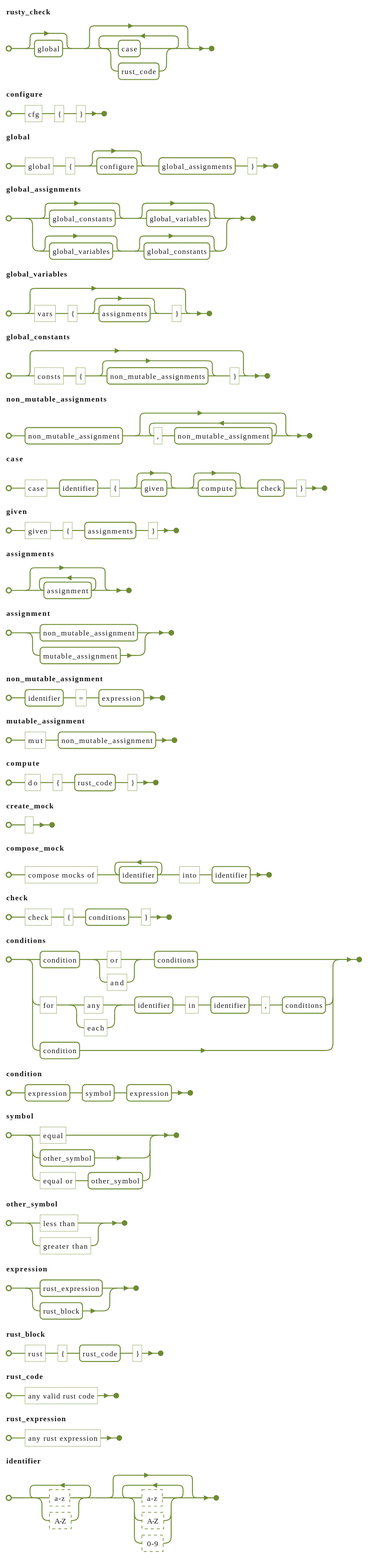
Before: grammar/grammar.svg, a diagram exported from PlantUML (jkszymczak/RustyCheck).
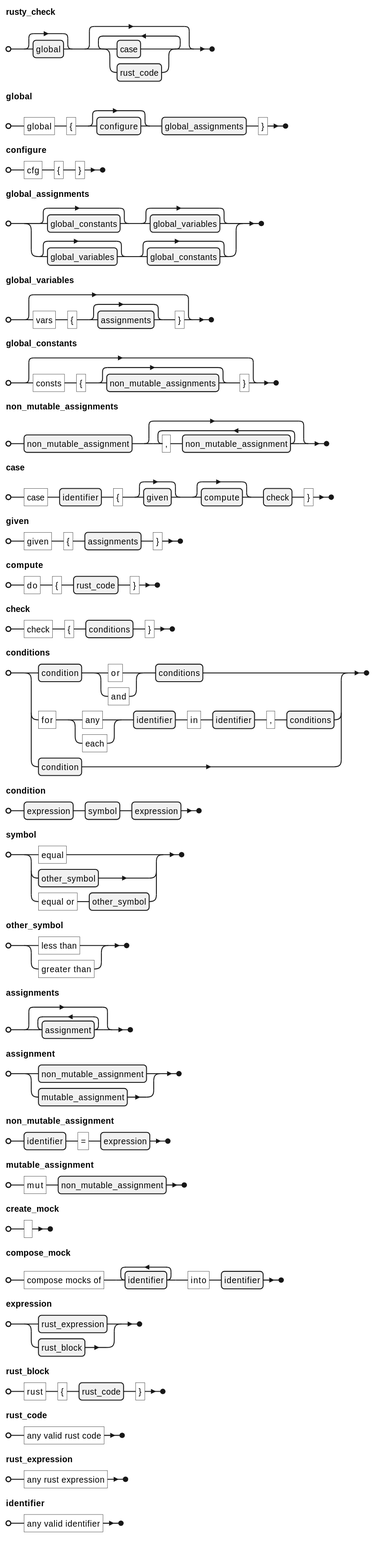
Later version of the same file.

What changed in the source:
```diff
@@ -1,41 +1,16 @@
 @startebnf
-!theme hacker
-skinparam backgroundColor white
+!define MAIN_RENDER
 rusty_check = [global], {case | rust_code};
-configure = "cfg","{","}";
-global = "global", "{", [configure],  global_assignments ,"}";
-global_assignments = [global_constants], [global_variables] | [global_variables], [global_constants];
-global_variables = ["vars", "{", [assignments], "}"];
-global_constants = ["consts", "{", [non_mutable_assignments], "}"];
-non_mutable_assignments = non_mutable_assignment, {",", non_mutable_assignment};
-
-case = "case", identifier, "{", [given], [compute], check, "}";
-
-given = "given", "{", assignments, "}";
-assignments = {assignment};
-assignment = non_mutable_assignment
-            | mutable_assignment;
-non_mutable_assignment = identifier, "=", expression;
-mutable_assignment = "mut", non_mutable_assignment;
-compute = "do", "{", rust_code, "}";
+!include global/global.puml
+!include case/case.puml
+!include assignment.puml
 create_mock = " ";
 compose_mock = "compose mocks of", {identifier}-, "into", identifier;
-
-check = "check", "{", conditions, "}";
-conditions = condition, ("or" | "and" ), conditions
-             | "for", ("any"|"each"), identifier, "in", identifier, ",", conditions
-             | condition;
-condition = expression, symbol, expression;
-symbol = "equal"
-         | other_symbol
-         | "equal or", other_symbol;
-other_symbol = "less than"
-               | "greater than";
 
 expression = rust_expression
              | rust_block;
 rust_block = "rust", "{", rust_code, "}";
 rust_code = "any valid rust code";
 rust_expression = "any rust expression";
-identifier = {? a-z ? | ? A-Z ?}-, {(? a-z ? | ? A-Z ? | ? 0-9 ?)};
+identifier = "any valid identifier";
 @endebnf
```
